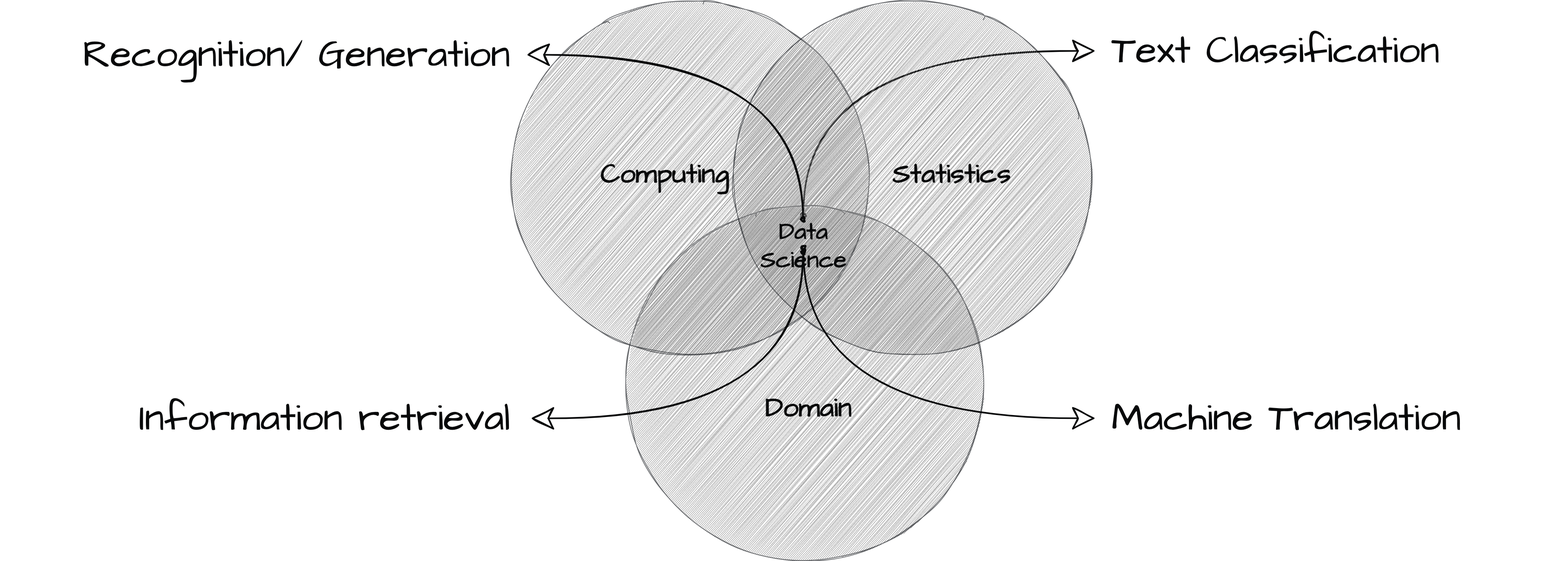
The draw.io diagram docs/figures/text-analysis/ta-lang-venn.drawio.png in qtalr/book, before a commit. Source tidied: cells renumbered, new cells last; positions are measured from the earlier drawing's top-left corner, leaving out a move shared by most shapes. Its diagram source:
```xml
<mxGraphModel background="#ffffff">
  <root>
    <mxCell id="0" />
    <mxCell id="1" parent="0" />
    <mxCell id="2" style="edgeStyle=segmentEdgeStyle;endArrow=oval;html=1;endSize=10;startSize=50;sketch=1;hachureGap=4;jiggle=2;curveFitting=1;fontFamily=Architects Daughter;fontSource=https%3A%2F%2Ffonts.googleapis.com%2Fcss%3Ffamily%3DArchitects%2BDaughter;fontSize=16;strokeColor=#08090A;strokeWidth=4;entryX=0.5;entryY=0;entryDx=0;entryDy=0;curved=1;startArrow=classic;startFill=0;endFill=1;targetPerimeterSpacing=10;sourcePerimeterSpacing=11;exitX=0;exitY=0.5;exitDx=0;exitDy=0;" parent="1" edge="1" source="10" target="9">
      <mxGeometry relative="1" as="geometry" />
    </mxCell>
    <mxCell id="3" style="ellipse;opacity=60;html=1;hachureGap=4;fontFamily=Architects Daughter;fontSource=https%3A%2F%2Ffonts.googleapis.com%2Fcss%3Ffamily%3DArchitects%2BDaughter;fontSize=32;fillColor=#808080;fontColor=#08090A;strokeColor=#0A0E12;strokeWidth=2;labelBackgroundColor=none;whiteSpace=wrap;fontStyle=0;fillStyle=auto;sketch=1;curveFitting=1;jiggle=2;" parent="1" vertex="1">
      <mxGeometry x="1616.3" y="531" width="925.9" height="915.6" as="geometry" />
    </mxCell>
    <mxCell id="4" style="ellipse;opacity=60;html=1;hachureGap=4;fontFamily=Architects Daughter;fontSource=https%3A%2F%2Ffonts.googleapis.com%2Fcss%3Ffamily%3DArchitects%2BDaughter;fontSize=32;fillColor=#808080;fontColor=#08090A;strokeColor=#0A0E12;strokeWidth=2;labelBackgroundColor=none;whiteSpace=wrap;fontStyle=0;fillStyle=auto;sketch=1;curveFitting=1;jiggle=2;" parent="1" vertex="1">
      <mxGeometry x="1320" width="925.9" height="915.6" as="geometry" />
    </mxCell>
    <mxCell id="5" style="ellipse;opacity=60;html=1;hachureGap=4;fontFamily=Architects Daughter;fontSource=https%3A%2F%2Ffonts.googleapis.com%2Fcss%3Ffamily%3DArchitects%2BDaughter;fontSize=32;fillColor=#808080;fontColor=#08090A;strokeColor=#0A0E12;strokeWidth=2;labelBackgroundColor=none;whiteSpace=wrap;fontStyle=0;fillStyle=auto;sketch=1;curveFitting=1;jiggle=2;" parent="1" vertex="1">
      <mxGeometry x="1894.1" width="925.9" height="915.6" as="geometry" />
    </mxCell>
    <mxCell id="6" value="Computing" style="text;fontSize=71;align=center;verticalAlign=middle;html=1;hachureGap=4;fontFamily=Architects Daughter;fontSource=https%3A%2F%2Ffonts.googleapis.com%2Fcss%3Ffamily%3DArchitects%2BDaughter;fillColor=none;fontColor=#08090A;strokeColor=none;strokeWidth=2;labelBackgroundColor=none;whiteSpace=wrap;fontStyle=1;sketch=1;curveFitting=1;jiggle=2;" parent="1" vertex="1">
      <mxGeometry x="1542.2" y="384.5" width="351.9" height="128.2" as="geometry" />
    </mxCell>
    <mxCell id="7" value="Statistics" style="text;fontSize=71;align=center;verticalAlign=middle;html=1;hachureGap=4;fontFamily=Architects Daughter;fontSource=https%3A%2F%2Ffonts.googleapis.com%2Fcss%3Ffamily%3DArchitects%2BDaughter;fillColor=none;fontColor=#08090A;strokeColor=none;strokeWidth=2;labelBackgroundColor=none;whiteSpace=wrap;fontStyle=1;sketch=1;curveFitting=1;jiggle=2;" parent="1" vertex="1">
      <mxGeometry x="2283" y="384.5" width="351.9" height="128.2" as="geometry" />
    </mxCell>
    <mxCell id="8" value="Domain" style="text;fontSize=71;align=center;verticalAlign=middle;html=1;hachureGap=4;fontFamily=Architects Daughter;fontSource=https%3A%2F%2Ffonts.googleapis.com%2Fcss%3Ffamily%3DArchitects%2BDaughter;fillColor=none;fontColor=#08090A;strokeColor=none;strokeWidth=2;labelBackgroundColor=none;whiteSpace=wrap;fontStyle=1;sketch=1;curveFitting=1;jiggle=2;" parent="1" vertex="1">
      <mxGeometry x="1912.6" y="988.8" width="351.9" height="128.2" as="geometry" />
    </mxCell>
    <mxCell id="9" value="Data Science" style="text;align=center;html=1;fontSize=61;hachureGap=4;fontFamily=Architects Daughter;fontSource=https%3A%2F%2Ffonts.googleapis.com%2Fcss%3Ffamily%3DArchitects%2BDaughter;fillColor=none;fontColor=#08090A;strokeColor=none;strokeWidth=2;labelBackgroundColor=none;whiteSpace=wrap;fontStyle=1;sketch=1;curveFitting=1;jiggle=2;" parent="1" vertex="1">
      <mxGeometry x="2038.5" y="555" width="74.1" height="73.2" as="geometry" />
    </mxCell>
    <mxCell id="10" value="Text Classification" style="text;strokeColor=none;align=left;fillColor=none;html=1;verticalAlign=middle;whiteSpace=wrap;rounded=0;sketch=1;hachureGap=4;jiggle=2;curveFitting=1;fontFamily=Architects Daughter;fontSource=https%3A%2F%2Ffonts.googleapis.com%2Fcss%3Ffamily%3DArchitects%2BDaughter;fontSize=100;fontColor=#08090A;labelPosition=center;verticalLabelPosition=middle;spacingLeft=40;" parent="1" vertex="1">
      <mxGeometry x="2830" y="40" width="910" height="180" as="geometry" />
    </mxCell>
    <mxCell id="11" value="Machine Translation" style="text;strokeColor=none;align=left;fillColor=none;html=1;verticalAlign=middle;whiteSpace=wrap;rounded=0;sketch=1;hachureGap=4;jiggle=2;curveFitting=1;fontFamily=Architects Daughter;fontSource=https%3A%2F%2Ffonts.googleapis.com%2Fcss%3Ffamily%3DArchitects%2BDaughter;fontSize=100;fontColor=#08090A;labelPosition=center;verticalLabelPosition=middle;spacingLeft=40;" parent="1" vertex="1">
      <mxGeometry x="2830" y="988.8" width="1160" height="180" as="geometry" />
    </mxCell>
    <mxCell id="12" style="edgeStyle=segmentEdgeStyle;endArrow=oval;html=1;endSize=10;startSize=50;sketch=1;hachureGap=4;jiggle=2;curveFitting=1;fontFamily=Architects Daughter;fontSource=https%3A%2F%2Ffonts.googleapis.com%2Fcss%3Ffamily%3DArchitects%2BDaughter;fontSize=16;strokeColor=#08090A;strokeWidth=4;curved=1;startArrow=classic;startFill=0;endFill=1;targetPerimeterSpacing=10;sourcePerimeterSpacing=11;exitX=0;exitY=0.5;exitDx=0;exitDy=0;" parent="1" edge="1" source="11" target="9">
      <mxGeometry relative="1" as="geometry" />
    </mxCell>
    <mxCell id="13" value="Recognition/ Generation" style="text;strokeColor=none;align=right;fillColor=none;html=1;verticalAlign=middle;whiteSpace=wrap;rounded=0;sketch=1;hachureGap=4;jiggle=2;curveFitting=1;fontFamily=Architects Daughter;fontSource=https%3A%2F%2Ffonts.googleapis.com%2Fcss%3Ffamily%3DArchitects%2BDaughter;fontSize=100;fontColor=#08090A;labelPosition=center;verticalLabelPosition=middle;spacingLeft=0;spacingRight=40;" parent="1" vertex="1">
      <mxGeometry y="50" width="1360" height="180" as="geometry" />
    </mxCell>
    <mxCell id="14" style="edgeStyle=segmentEdgeStyle;endArrow=oval;html=1;endSize=10;startSize=50;sketch=1;hachureGap=4;jiggle=2;curveFitting=1;fontFamily=Architects Daughter;fontSource=https%3A%2F%2Ffonts.googleapis.com%2Fcss%3Ffamily%3DArchitects%2BDaughter;fontSize=16;strokeColor=#08090A;strokeWidth=4;entryX=0.5;entryY=0;entryDx=0;entryDy=0;curved=1;startArrow=classic;startFill=0;endFill=1;targetPerimeterSpacing=10;sourcePerimeterSpacing=11;exitX=1;exitY=0.5;exitDx=0;exitDy=0;" parent="1" edge="1" source="13">
      <mxGeometry relative="1" as="geometry">
        <mxPoint x="2074.4" y="565" as="targetPoint" />
      </mxGeometry>
    </mxCell>
    <mxCell id="15" style="edgeStyle=segmentEdgeStyle;endArrow=oval;html=1;endSize=10;startSize=50;sketch=1;hachureGap=4;jiggle=2;curveFitting=1;fontFamily=Architects Daughter;fontSource=https%3A%2F%2Ffonts.googleapis.com%2Fcss%3Ffamily%3DArchitects%2BDaughter;fontSize=16;strokeColor=#08090A;strokeWidth=4;curved=1;startArrow=classic;startFill=0;endFill=1;targetPerimeterSpacing=10;sourcePerimeterSpacing=11;" parent="1" edge="1" source="16">
      <mxGeometry relative="1" as="geometry">
        <mxPoint x="2074.4" y="648.3" as="targetPoint" />
      </mxGeometry>
    </mxCell>
    <mxCell id="16" value="Information retrieval" style="text;strokeColor=none;align=right;fillColor=none;html=1;verticalAlign=middle;whiteSpace=wrap;rounded=0;sketch=1;hachureGap=4;jiggle=2;curveFitting=1;fontFamily=Architects Daughter;fontSource=https%3A%2F%2Ffonts.googleapis.com%2Fcss%3Ffamily%3DArchitects%2BDaughter;fontSize=100;fontColor=#08090A;labelPosition=center;verticalLabelPosition=middle;spacingLeft=0;spacingRight=40;" parent="1" vertex="1">
      <mxGeometry y="988.8" width="1360" height="180" as="geometry" />
    </mxCell>
  </root>
</mxGraphModel>
```
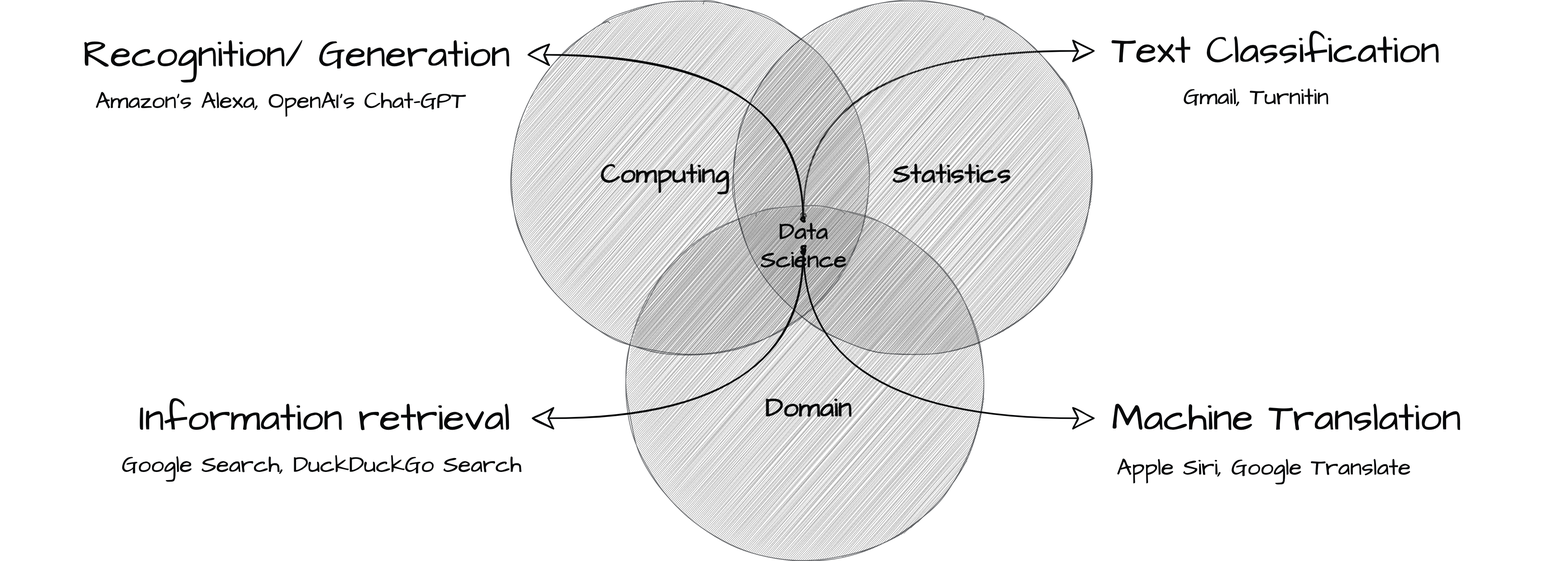
After the change.

Diff of the diagram source:
```diff
@@ -51,5 +51,17 @@
     <mxCell id="16" value="Information retrieval" style="text;strokeColor=none;align=right;fillColor=none;html=1;verticalAlign=middle;whiteSpace=wrap;rounded=0;sketch=1;hachureGap=4;jiggle=2;curveFitting=1;fontFamily=Architects Daughter;fontSource=https%3A%2F%2Ffonts.googleapis.com%2Fcss%3Ffamily%3DArchitects%2BDaughter;fontSize=100;fontColor=#08090A;labelPosition=center;verticalLabelPosition=middle;spacingLeft=0;spacingRight=40;" parent="1" vertex="1">
       <mxGeometry y="988.8" width="1360" height="180" as="geometry" />
     </mxCell>
+    <mxCell id="17" value="Amazon's Alexa, OpenAI's Chat-GPT" style="text;strokeColor=none;align=center;fillColor=none;html=1;verticalAlign=middle;whiteSpace=wrap;rounded=0;sketch=1;hachureGap=4;jiggle=2;curveFitting=1;fontFamily=Architects Daughter;fontSource=https%3A%2F%2Ffonts.googleapis.com%2Fcss%3Ffamily%3DArchitects%2BDaughter;fontSize=60;fontColor=#08090A;labelPosition=center;verticalLabelPosition=middle;spacingLeft=0;spacingRight=40;" parent="1" vertex="1">
+      <mxGeometry x="200" y="170" width="1090" height="180" as="geometry" />
+    </mxCell>
+    <mxCell id="18" value="Google Search, DuckDuckGo Search" style="text;strokeColor=none;align=center;fillColor=none;html=1;verticalAlign=middle;whiteSpace=wrap;rounded=0;sketch=1;hachureGap=4;jiggle=2;curveFitting=1;fontFamily=Architects Daughter;fontSource=https%3A%2F%2Ffonts.googleapis.com%2Fcss%3Ffamily%3DArchitects%2BDaughter;fontSize=60;fontColor=#08090A;labelPosition=center;verticalLabelPosition=middle;spacingLeft=0;spacingRight=40;" parent="1" vertex="1">
+      <mxGeometry x="86.3" y="1110" width="1530" height="180" as="geometry" />
+    </mxCell>
+    <mxCell id="19" value="Gmail, Turnitin" style="text;strokeColor=none;align=center;fillColor=none;html=1;verticalAlign=middle;whiteSpace=wrap;rounded=0;sketch=1;hachureGap=4;jiggle=2;curveFitting=1;fontFamily=Architects Daughter;fontSource=https%3A%2F%2Ffonts.googleapis.com%2Fcss%3Ffamily%3DArchitects%2BDaughter;fontSize=60;fontColor=#08090A;labelPosition=center;verticalLabelPosition=middle;spacingLeft=0;spacingRight=40;" parent="1" vertex="1">
+      <mxGeometry x="2500" y="160" width="1530" height="180" as="geometry" />
+    </mxCell>
+    <mxCell id="20" value="Apple Siri, Google Translate" style="text;strokeColor=none;align=center;fillColor=none;html=1;verticalAlign=middle;whiteSpace=wrap;rounded=0;sketch=1;hachureGap=4;jiggle=2;curveFitting=1;fontFamily=Architects Daughter;fontSource=https%3A%2F%2Ffonts.googleapis.com%2Fcss%3Ffamily%3DArchitects%2BDaughter;fontSize=60;fontColor=#08090A;labelPosition=center;verticalLabelPosition=middle;spacingLeft=0;spacingRight=40;" parent="1" vertex="1">
+      <mxGeometry x="2520" y="1117" width="1530" height="180" as="geometry" />
+    </mxCell>
   </root>
 </mxGraphModel>
```
